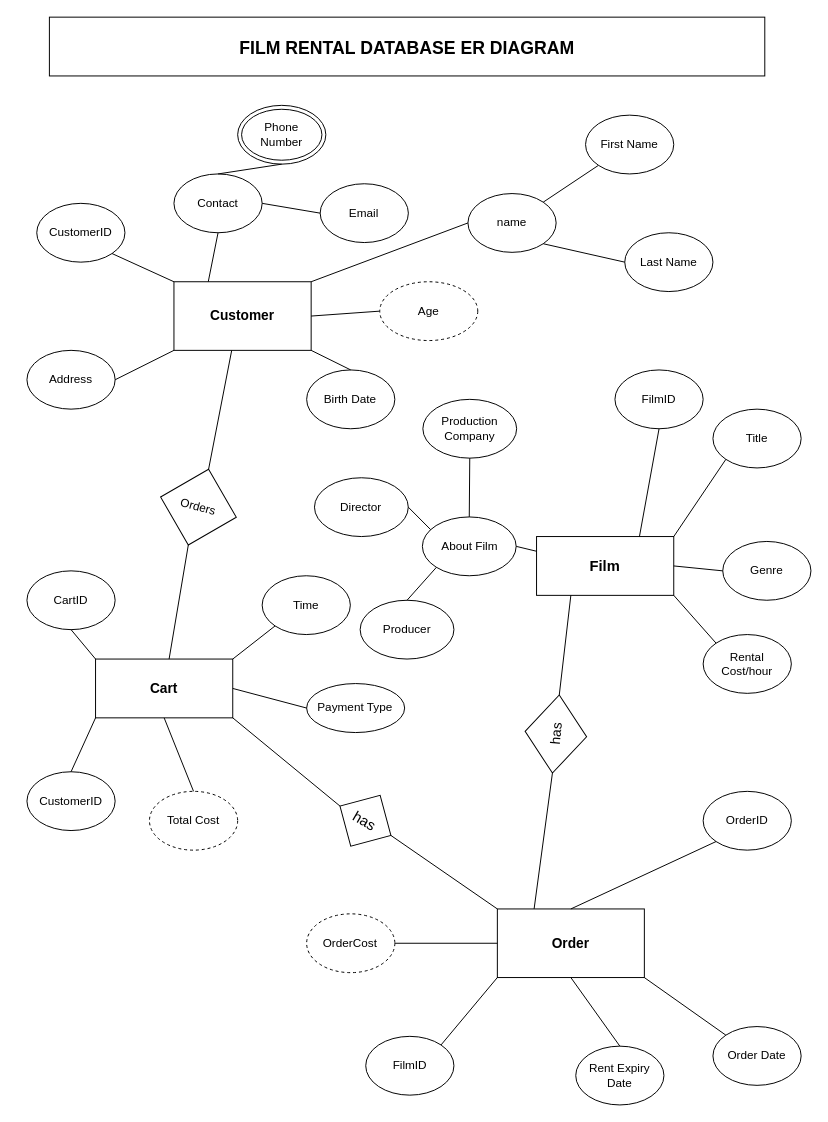
Above: ER Diagram.drawio in Biniyamgd/Film-Rental-DBMS (draw.io), before the change. Source tidied: cells renumbered, new cells numbered last; positions are measured from the earlier drawing's top-left corner, leaving out a move shared by most shapes. Both pictures are drawn from the tidied source at 98%, with x=0, y=0 at pixel (26, 17).
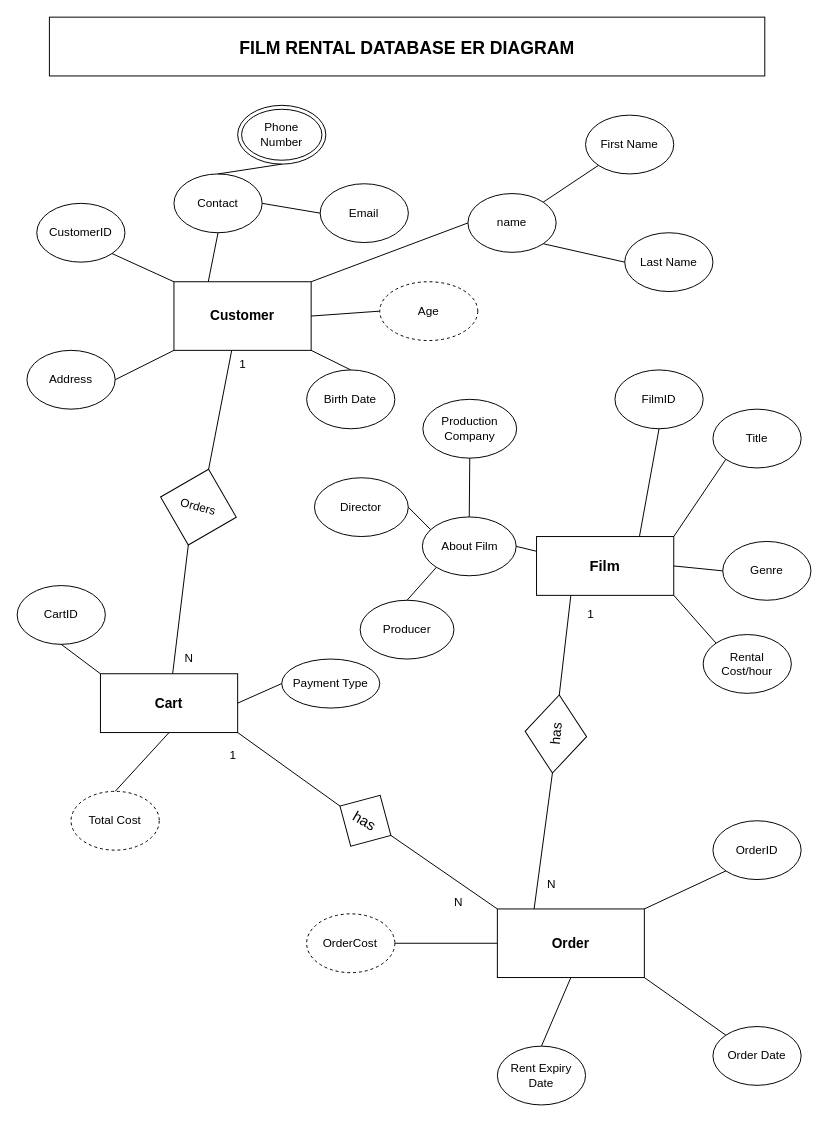
Above is the later version.

Unchanged cells that the change refers to:
```xml
<mxCell id="17" value="&lt;div style=&quot;font-size: 13px;&quot;&gt;&lt;font style=&quot;font-size: 14px;&quot;&gt;&lt;b&gt;Order&lt;/b&gt;&lt;/font&gt;&lt;/div&gt;" style="rounded=0;whiteSpace=wrap;html=1;direction=west;" parent="1" vertex="1">
  <mxGeometry x="480" y="910" width="150" height="70" as="geometry" />
</mxCell>
```

Diff of the diagram source:
```diff
@@
     <mxCell id="7" value="&lt;font style=&quot;font-size: 14px;&quot;&gt;&lt;b&gt;Cart&lt;/b&gt;&lt;/font&gt;" style="rounded=0;whiteSpace=wrap;html=1;direction=west;" parent="1" vertex="1">
-      <mxGeometry x="70" y="655" width="140" height="60" as="geometry" />
+      <mxGeometry x="75" y="670" width="140" height="60" as="geometry" />
     </mxCell>
@@
-    <mxCell id="14" value="CustomerID" style="ellipse;whiteSpace=wrap;html=1;" parent="1" vertex="1">
-      <mxGeometry y="770" width="90" height="60" as="geometry" />
-    </mxCell>
     <mxCell id="15" value="Total Cost" style="ellipse;whiteSpace=wrap;html=1;dashed=1;" parent="1" vertex="1">
-      <mxGeometry x="125" y="790" width="90" height="60" as="geometry" />
+      <mxGeometry x="45" y="790" width="90" height="60" as="geometry" />
     </mxCell>
     <mxCell id="16" value="OrderID" style="ellipse;whiteSpace=wrap;html=1;" parent="1" vertex="1">
-      <mxGeometry x="690" y="790" width="90" height="60" as="geometry" />
+      <mxGeometry x="700" y="820" width="90" height="60" as="geometry" />
     </mxCell>
@@
-    <mxCell id="29" style="endArrow=none;html=1;rounded=0;entryX=0;entryY=1;entryDx=0;entryDy=0;exitX=0.5;exitY=1;exitDx=0;exitDy=0;" parent="1" edge="1" source="17" target="16">
+    <mxCell id="29" style="endArrow=none;html=1;rounded=0;entryX=0;entryY=1;entryDx=0;entryDy=0;exitX=0;exitY=1;exitDx=0;exitDy=0;" parent="1" edge="1" source="17" target="16">
       <mxGeometry relative="1" as="geometry" />
     </mxCell>
@@
-    <mxCell id="31" style="endArrow=none;html=1;rounded=0;entryX=1;entryY=0;entryDx=0;entryDy=0;exitX=0.5;exitY=0;exitDx=0;exitDy=0;" parent="1" edge="1" source="14" target="7">
-      <mxGeometry relative="1" as="geometry" />
-    </mxCell>
@@
-    <mxCell id="41" value="Time" style="ellipse;whiteSpace=wrap;html=1;" parent="1" vertex="1">
-      <mxGeometry x="240" y="570" width="90" height="60" as="geometry" />
-    </mxCell>
-    <mxCell id="42" style="endArrow=none;html=1;rounded=0;entryX=0;entryY=1;entryDx=0;entryDy=0;exitX=0;exitY=1;exitDx=0;exitDy=0;" parent="1" edge="1" source="7" target="41">
-      <mxGeometry relative="1" as="geometry" />
-    </mxCell>
@@
-    <mxCell id="45" value="FilmID" style="ellipse;whiteSpace=wrap;html=1;" parent="1" vertex="1">
-      <mxGeometry x="345.7" y="1040" width="90" height="60" as="geometry" />
-    </mxCell>
-    <mxCell id="46" style="endArrow=none;html=1;rounded=0;exitX=1;exitY=0;exitDx=0;exitDy=0;entryX=1;entryY=0;entryDx=0;entryDy=0;" parent="1" edge="1" source="17" target="45">
-      <mxGeometry relative="1" as="geometry" />
-    </mxCell>
     <mxCell id="47" value="Rent Expiry Date" style="ellipse;whiteSpace=wrap;html=1;" parent="1" vertex="1">
-      <mxGeometry x="560" y="1050" width="90" height="60" as="geometry" />
+      <mxGeometry x="480" y="1050" width="90" height="60" as="geometry" />
     </mxCell>
@@
     <mxCell id="57" value="CartID" style="ellipse;whiteSpace=wrap;html=1;" parent="1" vertex="1">
-      <mxGeometry y="565" width="90" height="60" as="geometry" />
+      <mxGeometry x="-10" y="580" width="90" height="60" as="geometry" />
     </mxCell>
@@
     <mxCell id="70" value="Payment Type" style="ellipse;whiteSpace=wrap;html=1;" parent="1" vertex="1">
-      <mxGeometry x="285.4" y="680" width="100" height="50" as="geometry" />
+      <mxGeometry x="260" y="655" width="100" height="50" as="geometry" />
     </mxCell>
@@
+    <mxCell id="72" value="1" style="text;html=1;align=center;verticalAlign=middle;strokeColor=none;fillColor=none;" parent="1" vertex="1">
+      <mxGeometry x="205" y="340" width="30" height="30" as="geometry" />
+    </mxCell>
+    <mxCell id="73" value="N" style="text;html=1;align=center;verticalAlign=middle;strokeColor=none;fillColor=none;" parent="1" vertex="1">
+      <mxGeometry x="150" y="640" width="30" height="30" as="geometry" />
+    </mxCell>
+    <mxCell id="74" value="1" style="text;html=1;align=center;verticalAlign=middle;strokeColor=none;fillColor=none;" parent="1" vertex="1">
+      <mxGeometry x="195" y="738" width="30" height="30" as="geometry" />
+    </mxCell>
+    <mxCell id="75" value="N" style="text;html=1;align=center;verticalAlign=middle;strokeColor=none;fillColor=none;" parent="1" vertex="1">
+      <mxGeometry x="425" y="888" width="30" height="30" as="geometry" />
+    </mxCell>
+    <mxCell id="76" value="N" style="text;html=1;align=center;verticalAlign=middle;strokeColor=none;fillColor=none;" parent="1" vertex="1">
+      <mxGeometry x="520" y="870" width="30" height="30" as="geometry" />
+    </mxCell>
+    <mxCell id="77" value="1" style="text;html=1;align=center;verticalAlign=middle;strokeColor=none;fillColor=none;" parent="1" vertex="1">
+      <mxGeometry x="560" y="595" width="30" height="30" as="geometry" />
+    </mxCell>
```
